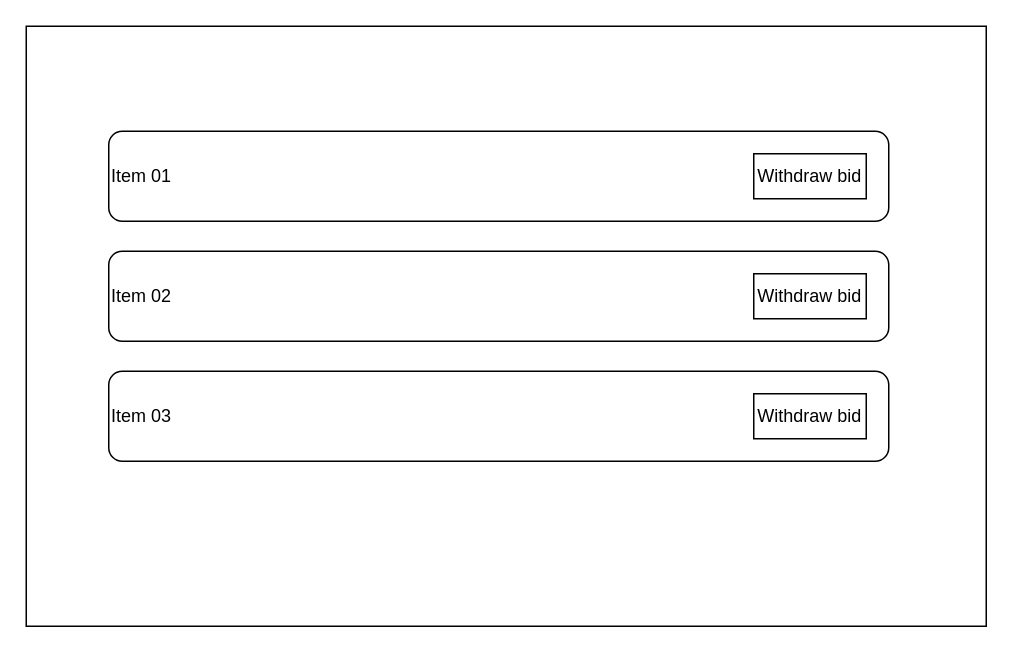
Earlier version of the draw.io diagram BidCart_page.drawio (malshan1998/draw.io). Source tidied: cells renumbered, new cells numbered last; positions are measured from the earlier drawing's top-left corner, leaving out a move shared by most shapes. Both pictures are drawn from the tidied source at 150%, with x=0, y=0 at pixel (26, 26).
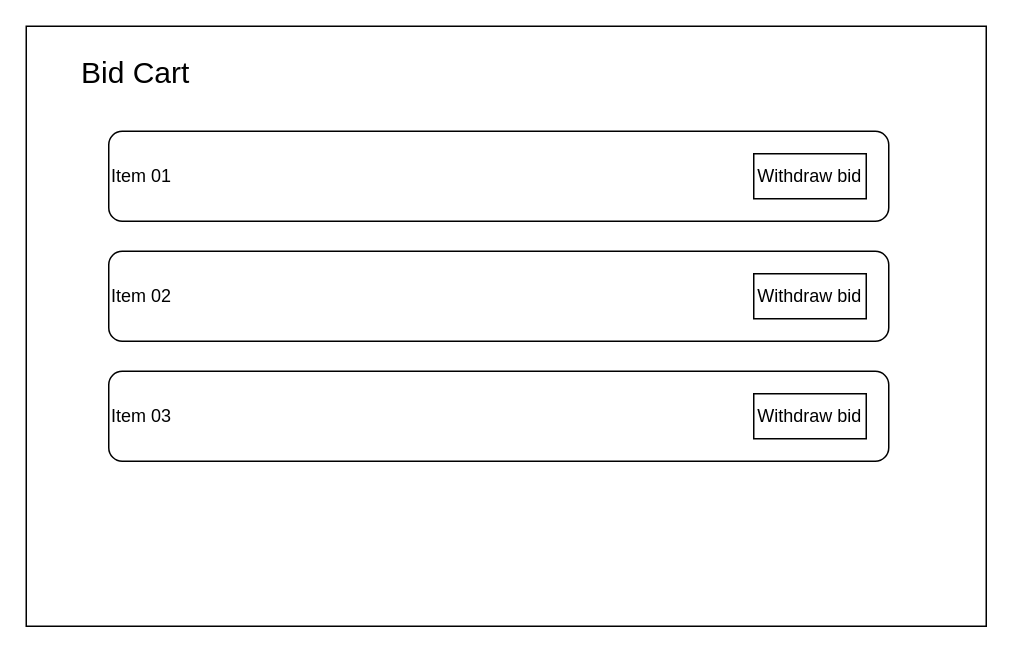
The same page after the edit.

Diff of the diagram source:
```diff
@@
 <mxGraphModel>
   <root>
     <mxCell id="0" />
     <mxCell id="1" parent="0" />
     <mxCell id="2" style="rounded=0;whiteSpace=wrap;html=1;fillColor=none;" parent="1" vertex="1">
       <mxGeometry width="640" height="400" as="geometry" />
     </mxCell>
     <mxCell id="3" value="Item 01" style="rounded=1;whiteSpace=wrap;html=1;align=left;" parent="1" vertex="1">
       <mxGeometry x="55" y="70" width="520" height="60" as="geometry" />
     </mxCell>
     <mxCell id="4" value="Withdraw bid" style="rounded=0;whiteSpace=wrap;html=1;" parent="1" vertex="1">
       <mxGeometry x="485" y="85" width="75" height="30" as="geometry" />
     </mxCell>
     <mxCell id="5" value="Item 02" style="rounded=1;whiteSpace=wrap;html=1;align=left;" parent="1" vertex="1">
       <mxGeometry x="55" y="150" width="520" height="60" as="geometry" />
     </mxCell>
     <mxCell id="6" value="Item 03" style="rounded=1;whiteSpace=wrap;html=1;align=left;" parent="1" vertex="1">
       <mxGeometry x="55" y="230" width="520" height="60" as="geometry" />
     </mxCell>
     <mxCell id="7" value="Withdraw bid" style="rounded=0;whiteSpace=wrap;html=1;" parent="1" vertex="1">
       <mxGeometry x="485" y="165" width="75" height="30" as="geometry" />
     </mxCell>
     <mxCell id="8" value="Withdraw bid" style="rounded=0;whiteSpace=wrap;html=1;" parent="1" vertex="1">
       <mxGeometry x="485" y="245" width="75" height="30" as="geometry" />
     </mxCell>
+    <mxCell id="9" value="&lt;div&gt;Bid Cart&lt;/div&gt;" style="rounded=0;whiteSpace=wrap;html=1;fillColor=none;strokeColor=none;fontSize=20;align=left;" parent="1" vertex="1">
+      <mxGeometry x="35" width="190" height="60" as="geometry" />
+    </mxCell>
   </root>
 </mxGraphModel>
```
